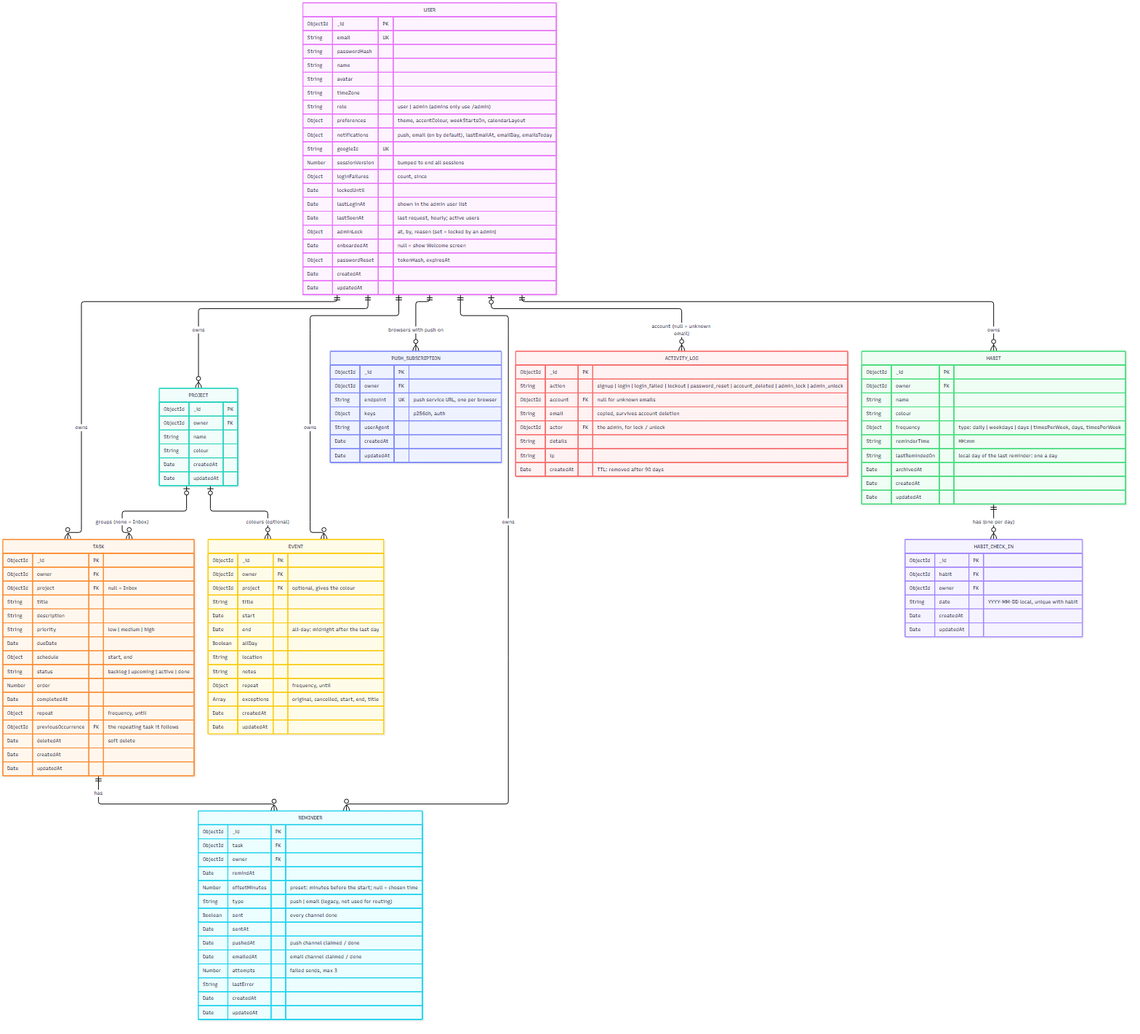
Above: docs/erd.png in khang-ngo4444/VCD_Agendal (Mermaid), before the change. Its source is kept beside it as docs/erd.mmd.
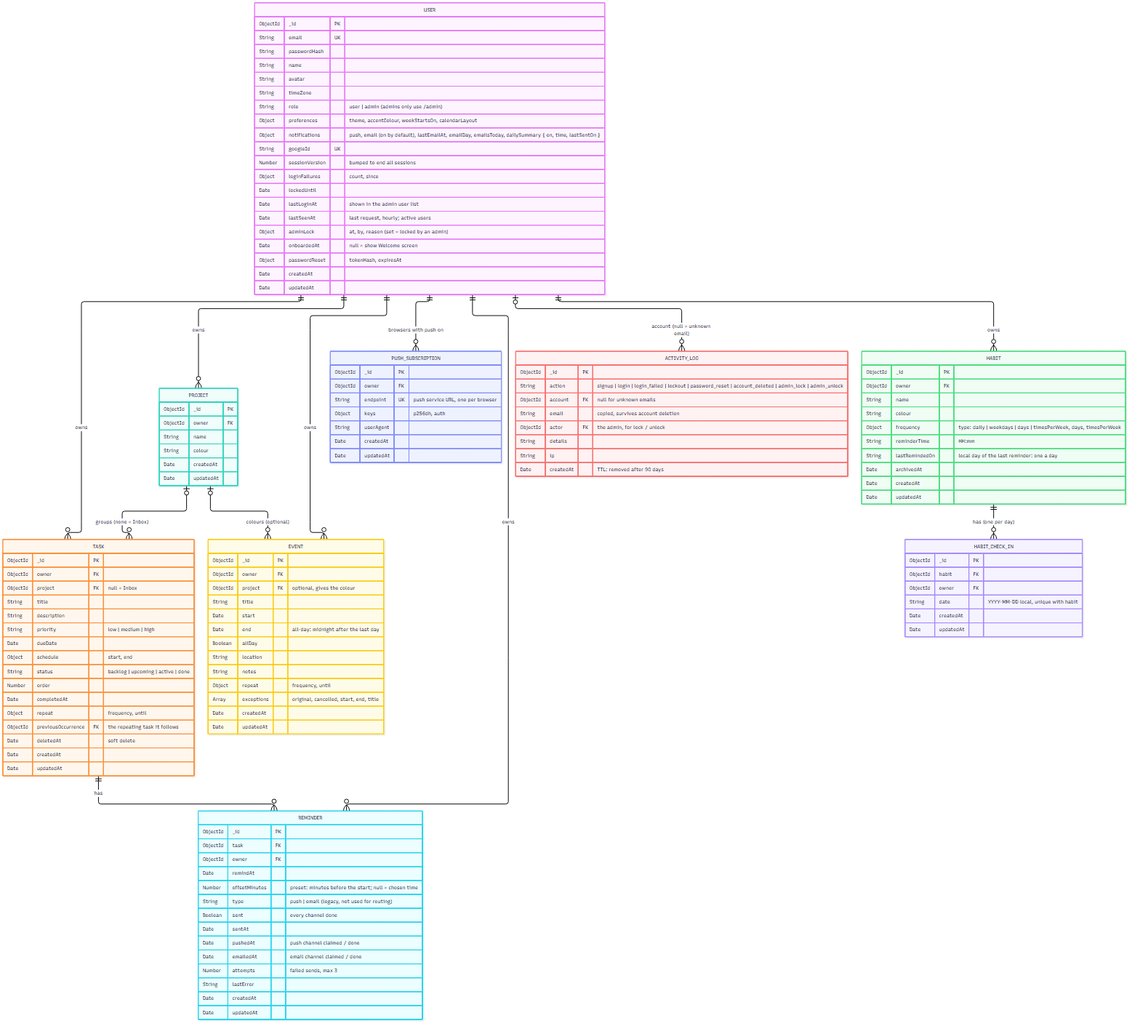
Above is the later version.

Commit message:
Send a daily summary at a time the user chooses Card: Daily summary at a time the user chooses

What changed in the source:
```diff
@@ -20,7 +20,7 @@
         String timeZone
         String role "user | admin (admins only use /admin)"
         Object preferences "theme, accentColour, weekStartsOn, calendarLayout"
-        Object notifications "push, email (on by default), lastEmailAt, emailDay, emailsToday"
+        Object notifications "push, email (on by default), lastEmailAt, emailDay, emailsToday, dailySummary { on, time, lastSentOn }"
         String googleId UK
         Number sessionVersion "bumped to end all sessions"
         Object loginFailures "count, since"
```
